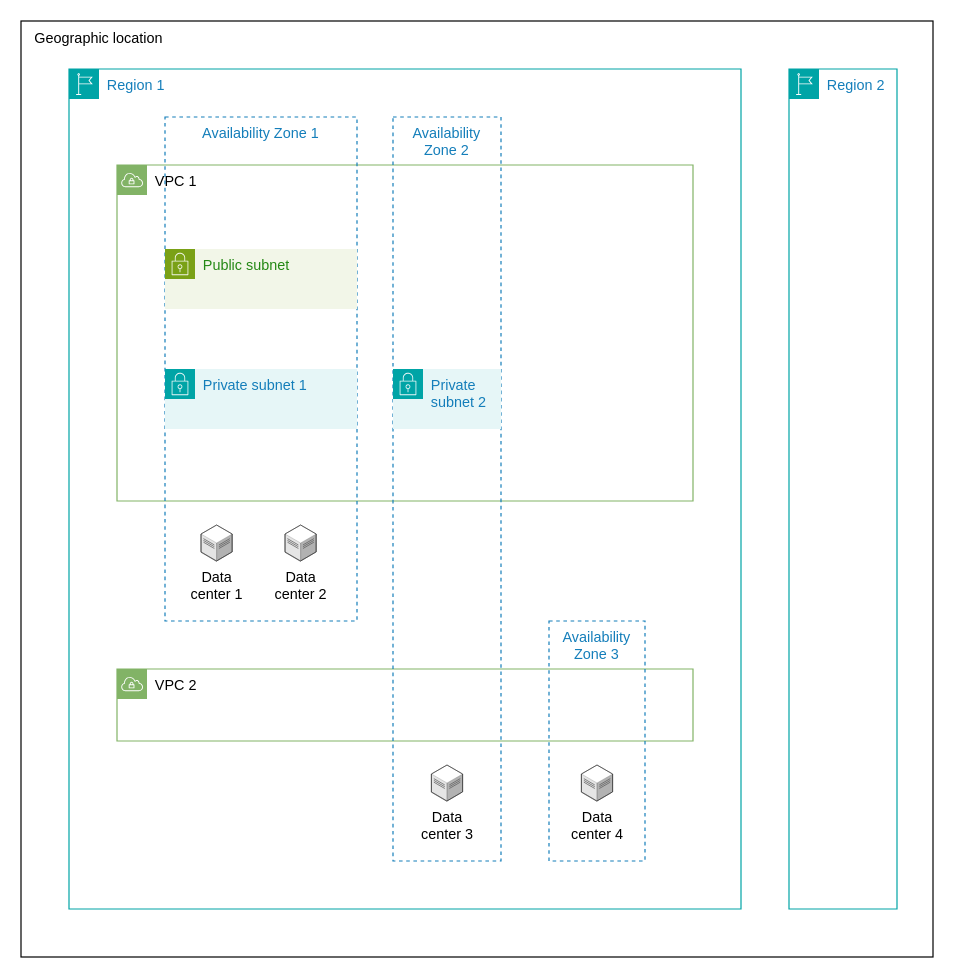
Above: network/diagrams/networkInfrastructure.drawio in vikchupak/AWS (draw.io), before the change. Source tidied: cells renumbered, new cells numbered last; positions are measured from the earlier drawing's top-left corner, leaving out a move shared by most shapes. Both pictures are drawn from the tidied source at 120%, with x=0, y=0 at pixel (20, 20).
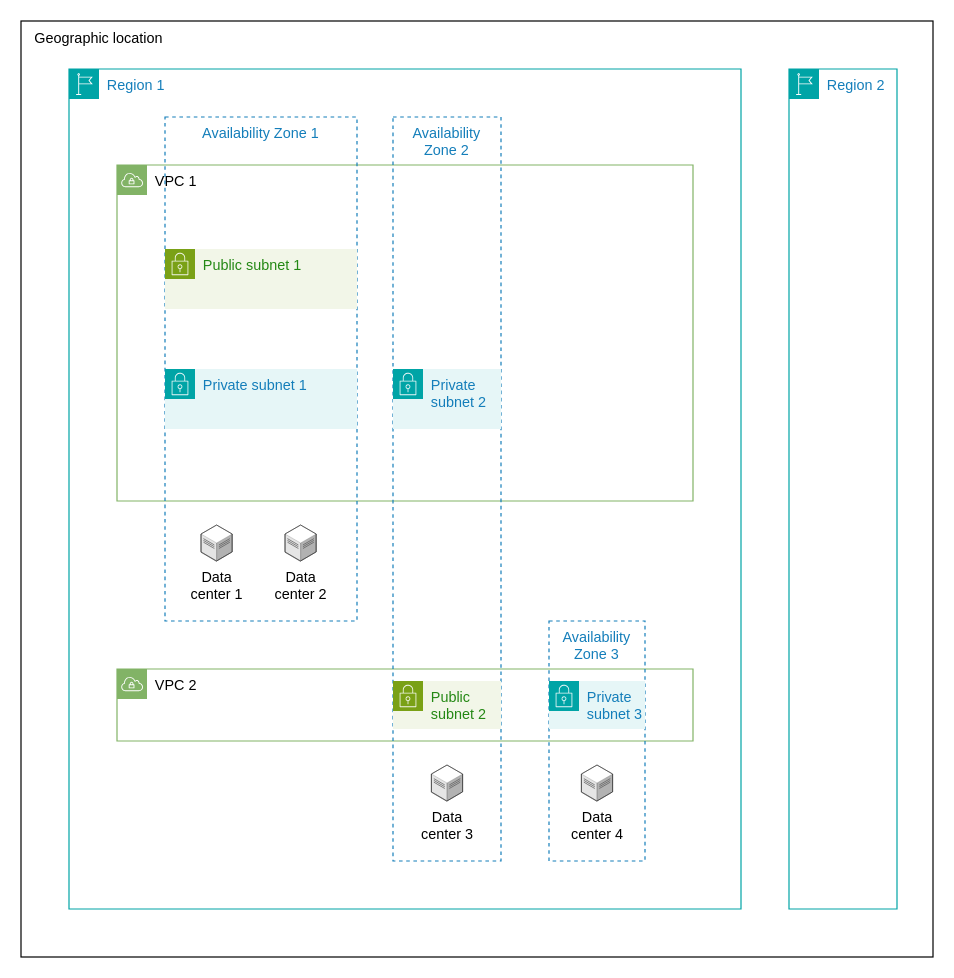
After the change.

Change to the diagram source:
```diff
@@
-<mxGraphModel>
+<mxGraphModel background="#ffffff">
   <root>
     <mxCell id="0" />
     <mxCell id="1" parent="0" />
     <mxCell id="2" style="rounded=0;whiteSpace=wrap;html=1;fillColor=none;align=left;" parent="1" vertex="1">
       <mxGeometry width="760" height="780" as="geometry" />
     </mxCell>
     <mxCell id="3" value="Region 1" style="gradientColor=none;html=1;whiteSpace=wrap;fontSize=12;fontStyle=0;shape=mxgraph.aws4.group;grIcon=mxgraph.aws4.group_region;strokeColor=#00A4A6;fillColor=none;verticalAlign=top;align=left;spacingLeft=30;fontColor=#147EBA;" parent="1" vertex="1">
       <mxGeometry x="40" y="40" width="560" height="700" as="geometry" />
     </mxCell>
     <mxCell id="4" value="VPC 1" style="sketch=0;html=1;whiteSpace=wrap;fontSize=12;fontStyle=0;shape=mxgraph.aws4.group;grIcon=mxgraph.aws4.group_vpc;strokeColor=#82b366;fillColor=none;verticalAlign=top;align=left;spacingLeft=30;dashed=0;" parent="3" vertex="1">
       <mxGeometry x="40" y="80" width="480" height="280" as="geometry" />
     </mxCell>
     <mxCell id="5" value="VPC 2" style="sketch=0;html=1;whiteSpace=wrap;fontSize=12;fontStyle=0;shape=mxgraph.aws4.group;grIcon=mxgraph.aws4.group_vpc;strokeColor=#82b366;fillColor=none;verticalAlign=top;align=left;spacingLeft=30;dashed=0;" parent="3" vertex="1">
       <mxGeometry x="40" y="500" width="480" height="60" as="geometry" />
     </mxCell>
     <mxCell id="6" value="Availability Zone 1" style="fillColor=none;strokeColor=#147EBA;dashed=1;verticalAlign=top;fontStyle=0;fontColor=#147EBA;whiteSpace=wrap;html=1;" parent="3" vertex="1">
       <mxGeometry x="80" y="40" width="160" height="420" as="geometry" />
     </mxCell>
     <mxCell id="7" value="Availability&lt;br&gt;Zone 2" style="fillColor=none;strokeColor=#147EBA;dashed=1;verticalAlign=top;fontStyle=0;fontColor=#147EBA;whiteSpace=wrap;html=1;" parent="3" vertex="1">
       <mxGeometry x="270" y="40" width="90" height="620" as="geometry" />
     </mxCell>
     <mxCell id="8" value="Availability Zone 3" style="fillColor=none;strokeColor=#147EBA;dashed=1;verticalAlign=top;fontStyle=0;fontColor=#147EBA;whiteSpace=wrap;html=1;" parent="3" vertex="1">
       <mxGeometry x="400" y="460" width="80" height="200" as="geometry" />
     </mxCell>
-    <mxCell id="9" value="Public subnet" style="gradientColor=none;html=1;whiteSpace=wrap;fontSize=12;fontStyle=0;shape=mxgraph.aws4.group;grIcon=mxgraph.aws4.group_security_group;grStroke=0;strokeColor=#7AA116;fillColor=#F2F6E8;verticalAlign=top;align=left;spacingLeft=30;fontColor=#248814;dashed=0;" parent="3" vertex="1">
+    <mxCell id="9" value="Public subnet 1" style="gradientColor=none;html=1;whiteSpace=wrap;fontSize=12;fontStyle=0;shape=mxgraph.aws4.group;grIcon=mxgraph.aws4.group_security_group;grStroke=0;strokeColor=#7AA116;fillColor=#F2F6E8;verticalAlign=top;align=left;spacingLeft=30;fontColor=#248814;dashed=0;" parent="3" vertex="1">
       <mxGeometry x="80" y="150" width="160" height="50" as="geometry" />
     </mxCell>
     <mxCell id="10" value="Private subnet 1" style="gradientColor=none;html=1;whiteSpace=wrap;fontSize=12;fontStyle=0;shape=mxgraph.aws4.group;grIcon=mxgraph.aws4.group_security_group;grStroke=0;strokeColor=#00A4A6;fillColor=#E6F6F7;verticalAlign=top;align=left;spacingLeft=30;fontColor=#147EBA;dashed=0;" parent="3" vertex="1">
       <mxGeometry x="80" y="250" width="160" height="50" as="geometry" />
     </mxCell>
     <mxCell id="11" value="Data&lt;br&gt;center 1" style="verticalLabelPosition=bottom;html=1;verticalAlign=top;strokeWidth=1;align=center;dashed=0;shape=mxgraph.aws3d.dataCenter;strokeColor=#5E5E5E;" parent="3" vertex="1">
       <mxGeometry x="110" y="380" width="26" height="30" as="geometry" />
     </mxCell>
     <mxCell id="12" value="Data&lt;br&gt;center 2" style="verticalLabelPosition=bottom;html=1;verticalAlign=top;strokeWidth=1;align=center;dashed=0;shape=mxgraph.aws3d.dataCenter;strokeColor=#5E5E5E;" parent="3" vertex="1">
       <mxGeometry x="180" y="380" width="26" height="30" as="geometry" />
     </mxCell>
     <mxCell id="13" value="Private subnet 2" style="gradientColor=none;html=1;whiteSpace=wrap;fontSize=12;fontStyle=0;shape=mxgraph.aws4.group;grIcon=mxgraph.aws4.group_security_group;grStroke=0;strokeColor=#00A4A6;fillColor=#E6F6F7;verticalAlign=top;align=left;spacingLeft=30;fontColor=#147EBA;dashed=0;" parent="3" vertex="1">
       <mxGeometry x="270" y="250" width="90" height="50" as="geometry" />
     </mxCell>
     <mxCell id="14" value="Data&lt;br&gt;center 3" style="verticalLabelPosition=bottom;html=1;verticalAlign=top;strokeWidth=1;align=center;dashed=0;shape=mxgraph.aws3d.dataCenter;strokeColor=#5E5E5E;" parent="3" vertex="1">
       <mxGeometry x="302" y="580" width="26" height="30" as="geometry" />
     </mxCell>
     <mxCell id="15" value="Data&lt;br&gt;center 4" style="verticalLabelPosition=bottom;html=1;verticalAlign=top;strokeWidth=1;align=center;dashed=0;shape=mxgraph.aws3d.dataCenter;strokeColor=#5E5E5E;" parent="3" vertex="1">
       <mxGeometry x="427" y="580" width="26" height="30" as="geometry" />
     </mxCell>
+    <mxCell id="18" value="Public subnet 2" style="gradientColor=none;html=1;whiteSpace=wrap;fontSize=12;fontStyle=0;shape=mxgraph.aws4.group;grIcon=mxgraph.aws4.group_security_group;grStroke=0;strokeColor=#7AA116;fillColor=#F2F6E8;verticalAlign=top;align=left;spacingLeft=30;fontColor=#248814;dashed=0;" parent="3" vertex="1">
+      <mxGeometry x="270" y="510" width="90" height="40" as="geometry" />
+    </mxCell>
+    <mxCell id="19" value="Private subnet 3" style="gradientColor=none;html=1;whiteSpace=wrap;fontSize=12;fontStyle=0;shape=mxgraph.aws4.group;grIcon=mxgraph.aws4.group_security_group;grStroke=0;strokeColor=#00A4A6;fillColor=#E6F6F7;verticalAlign=top;align=left;spacingLeft=30;fontColor=#147EBA;dashed=0;" parent="3" vertex="1">
+      <mxGeometry x="400" y="510" width="80" height="40" as="geometry" />
+    </mxCell>
     <mxCell id="16" value="Region 2" style="gradientColor=none;html=1;whiteSpace=wrap;fontSize=12;fontStyle=0;shape=mxgraph.aws4.group;grIcon=mxgraph.aws4.group_region;strokeColor=#00A4A6;fillColor=none;verticalAlign=top;align=left;spacingLeft=30;fontColor=#147EBA;" parent="1" vertex="1">
       <mxGeometry x="640" y="40" width="90" height="700" as="geometry" />
     </mxCell>
     <mxCell id="17" value="Geographic location" style="text;html=1;align=center;verticalAlign=middle;whiteSpace=wrap;rounded=0;" parent="1" vertex="1">
       <mxGeometry width="130" height="30" as="geometry" />
     </mxCell>
   </root>
 </mxGraphModel>
```
